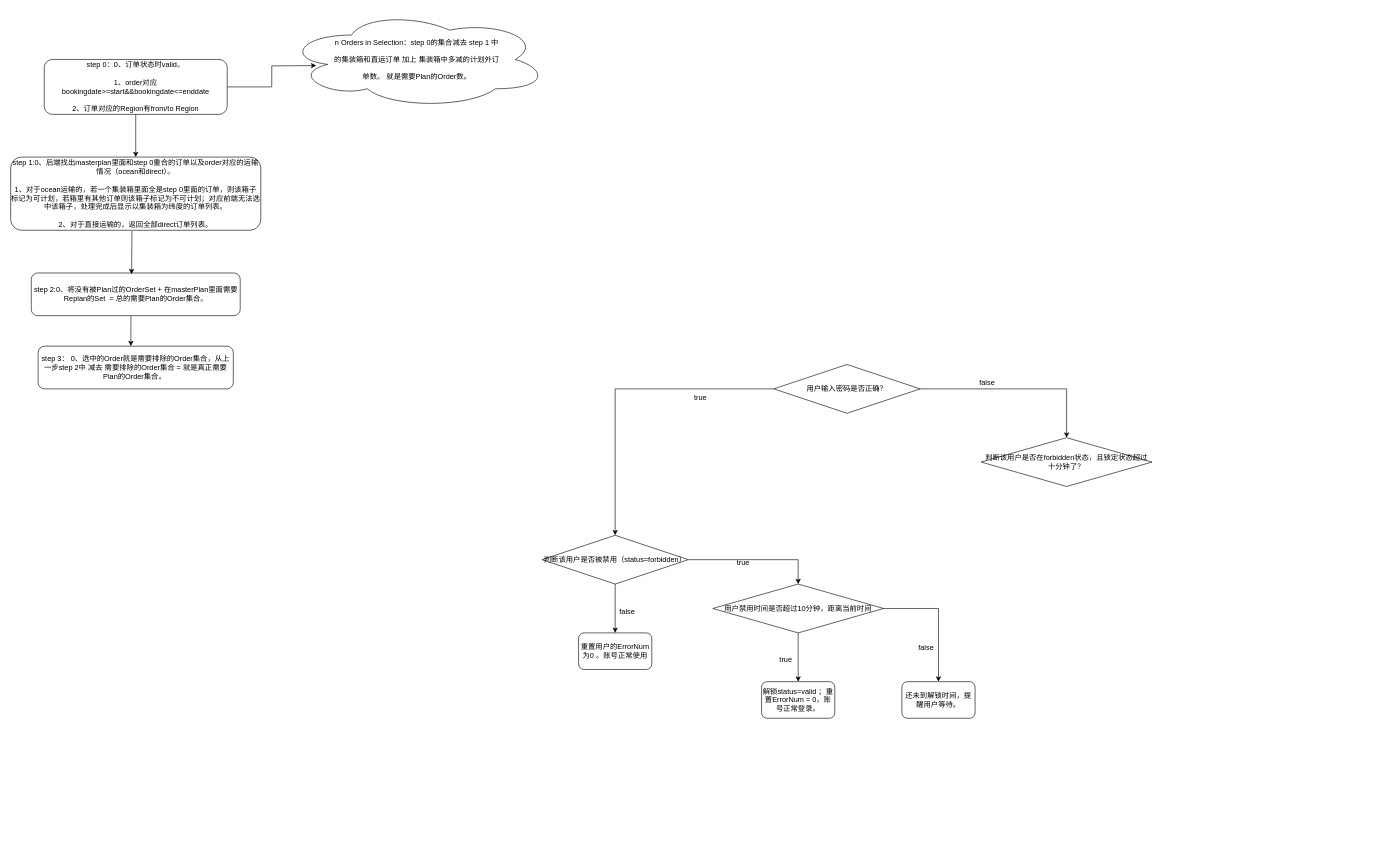
Before: Untitled Diagram.drawio in qwertdafgdfg/java_Web-Shop, a draw.io diagram. Source tidied: cells renumbered, new cells numbered last; positions are measured from the earlier drawing's top-left corner, leaving out a move shared by most shapes. Both pictures are drawn from the tidied source at 61%, with x=0, y=0 at pixel (10, 10).
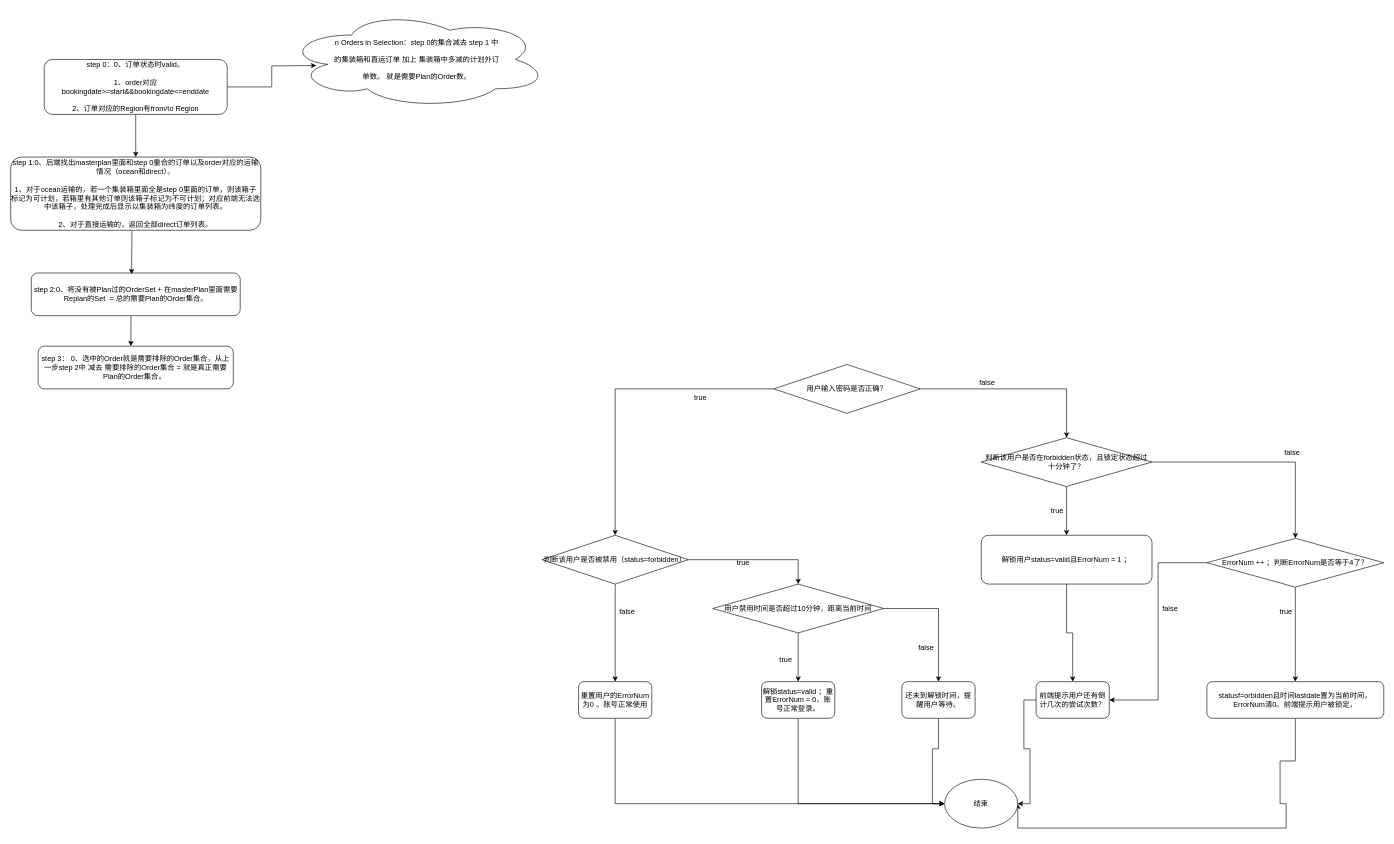
Above is the later version.

Commit message:
用户登录锁定账号功能 Diagram.drawio

The change refers to these unchanged cells:
```xml
<mxCell id="24" value="解锁status=valid ；重置ErrorNum = 0，账号正常登录。" style="rounded=1;whiteSpace=wrap;html=1;" parent="1" vertex="1">
  <mxGeometry x="1231" y="1100" width="120" height="60" as="geometry" />
</mxCell>
<mxCell id="26" value="还未到解锁时间，提醒用户等待。" style="rounded=1;whiteSpace=wrap;html=1;" parent="1" vertex="1">
  <mxGeometry x="1461" y="1100" width="120" height="60" as="geometry" />
</mxCell>
<mxCell id="28" value="判断该用户是否在forbidden状态，且锁定状态超过十分钟了？" style="rhombus;whiteSpace=wrap;html=1;" parent="1" vertex="1">
  <mxGeometry x="1591" y="700" width="280" height="80" as="geometry" />
</mxCell>
```

Change to the diagram source:
```diff
@@
+    <mxCell id="30" style="edgeStyle=orthogonalEdgeStyle;rounded=0;jettySize=auto;html=1;entryX=0;entryY=0.5;entryDx=0;entryDy=0;" parent="1" edge="1" source="17" target="48">
+      <mxGeometry relative="1" as="geometry">
+        <Array as="points">
+          <mxPoint x="991" y="1300" />
+        </Array>
+      </mxGeometry>
+    </mxCell>
     <mxCell id="17" value="重置用户的ErrorNum为0 。账号正常使用" style="rounded=1;whiteSpace=wrap;html=1;" parent="1" vertex="1">
-      <mxGeometry x="931" y="1020" width="120" height="60" as="geometry" />
+      <mxGeometry x="931" y="1100" width="120" height="60" as="geometry" />
     </mxCell>
@@
+    <mxCell id="31" style="edgeStyle=orthogonalEdgeStyle;rounded=0;jettySize=auto;html=1;entryX=0;entryY=0.5;entryDx=0;entryDy=0;" parent="1" edge="1" source="24" target="48">
+      <mxGeometry relative="1" as="geometry">
+        <Array as="points">
+          <mxPoint x="1291" y="1300" />
+        </Array>
+      </mxGeometry>
+    </mxCell>
@@
+    <mxCell id="32" style="edgeStyle=orthogonalEdgeStyle;rounded=0;jettySize=auto;html=1;entryX=0;entryY=0.5;entryDx=0;entryDy=0;" parent="1" edge="1" source="26" target="48">
+      <mxGeometry relative="1" as="geometry" />
+    </mxCell>
@@
+    <mxCell id="33" style="edgeStyle=orthogonalEdgeStyle;rounded=0;jettySize=auto;html=1;" parent="1" edge="1" source="28" target="36">
+      <mxGeometry relative="1" as="geometry" />
+    </mxCell>
+    <mxCell id="34" style="edgeStyle=orthogonalEdgeStyle;rounded=0;jettySize=auto;html=1;" parent="1" edge="1" source="28" target="44">
+      <mxGeometry relative="1" as="geometry" />
+    </mxCell>
@@
+    <mxCell id="35" style="edgeStyle=orthogonalEdgeStyle;rounded=0;jettySize=auto;html=1;" parent="1" edge="1" source="36" target="41">
+      <mxGeometry relative="1" as="geometry" />
+    </mxCell>
+    <mxCell id="36" value="解锁用户status=valid且ErrorNum = 1 ；" style="rounded=1;whiteSpace=wrap;html=1;" parent="1" vertex="1">
+      <mxGeometry x="1591" y="860" width="280" height="80" as="geometry" />
+    </mxCell>
+    <mxCell id="37" value="true" style="text;html=1;strokeColor=none;fillColor=none;align=center;verticalAlign=middle;whiteSpace=wrap;rounded=0;" parent="1" vertex="1">
+      <mxGeometry x="1701" y="810" width="30" height="20" as="geometry" />
+    </mxCell>
+    <mxCell id="38" style="edgeStyle=orthogonalEdgeStyle;rounded=0;jettySize=auto;html=1;entryX=1;entryY=0.5;entryDx=0;entryDy=0;" parent="1" edge="1" source="39" target="48">
+      <mxGeometry relative="1" as="geometry">
+        <Array as="points">
+          <mxPoint x="2106" y="1230" />
+          <mxPoint x="2081" y="1230" />
+          <mxPoint x="2081" y="1300" />
+          <mxPoint x="2091" y="1300" />
+          <mxPoint x="2091" y="1340" />
+          <mxPoint x="1651" y="1340" />
+        </Array>
+      </mxGeometry>
+    </mxCell>
+    <mxCell id="39" value="statusf=orbidden且时间lastdate置为当前时间，ErrorNum清0。前端提示用户被锁定，" style="rounded=1;whiteSpace=wrap;html=1;" parent="1" vertex="1">
+      <mxGeometry x="1961" y="1100" width="290" height="60" as="geometry" />
+    </mxCell>
+    <mxCell id="40" style="edgeStyle=orthogonalEdgeStyle;rounded=0;jettySize=auto;html=1;entryX=1;entryY=0.5;entryDx=0;entryDy=0;" parent="1" edge="1" source="41" target="48">
+      <mxGeometry relative="1" as="geometry" />
+    </mxCell>
+    <mxCell id="41" value="&lt;span style=&quot;&quot;&gt;前端提示用户还有倒计几次的尝试次数？&lt;/span&gt;" style="rounded=1;whiteSpace=wrap;html=1;" parent="1" vertex="1">
+      <mxGeometry x="1681" y="1100" width="120" height="60" as="geometry" />
+    </mxCell>
+    <mxCell id="42" style="edgeStyle=orthogonalEdgeStyle;rounded=0;jettySize=auto;html=1;entryX=0.5;entryY=0;entryDx=0;entryDy=0;" parent="1" edge="1" source="44" target="39">
+      <mxGeometry relative="1" as="geometry" />
+    </mxCell>
+    <mxCell id="43" style="edgeStyle=orthogonalEdgeStyle;rounded=0;jettySize=auto;html=1;entryX=1;entryY=0.5;entryDx=0;entryDy=0;" parent="1" edge="1" source="44" target="41">
+      <mxGeometry relative="1" as="geometry" />
+    </mxCell>
+    <mxCell id="44" value="&lt;span style=&quot;&quot;&gt;ErrorNum ++ ；判断ErrorNum是否等于4了？&lt;/span&gt;" style="rhombus;whiteSpace=wrap;html=1;" parent="1" vertex="1">
+      <mxGeometry x="1961" y="865" width="290" height="80" as="geometry" />
+    </mxCell>
+    <mxCell id="45" value="false" style="text;html=1;strokeColor=none;fillColor=none;align=center;verticalAlign=middle;whiteSpace=wrap;rounded=0;" parent="1" vertex="1">
+      <mxGeometry x="2071" y="710" width="60" height="30" as="geometry" />
+    </mxCell>
+    <mxCell id="46" value="true" style="text;html=1;strokeColor=none;fillColor=none;align=center;verticalAlign=middle;whiteSpace=wrap;rounded=0;" parent="1" vertex="1">
+      <mxGeometry x="2076" y="975" width="30" height="20" as="geometry" />
+    </mxCell>
+    <mxCell id="47" value="false" style="text;html=1;strokeColor=none;fillColor=none;align=center;verticalAlign=middle;whiteSpace=wrap;rounded=0;" parent="1" vertex="1">
+      <mxGeometry x="1871" y="965" width="60" height="30" as="geometry" />
+    </mxCell>
+    <mxCell id="48" value="结束" style="ellipse;whiteSpace=wrap;html=1;" parent="1" vertex="1">
+      <mxGeometry x="1531" y="1260" width="120" height="80" as="geometry" />
+    </mxCell>
```
